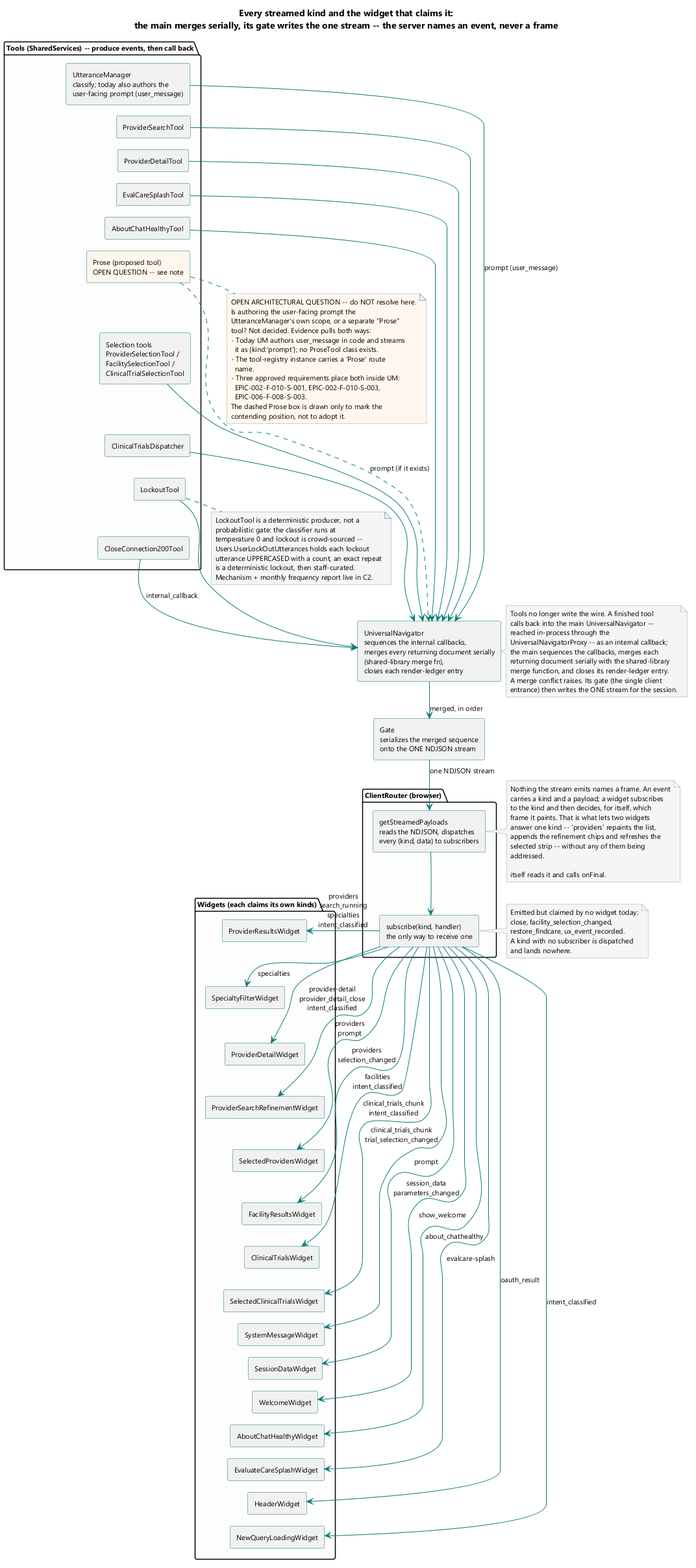
This is brain/machine_artifacts/diagramsAndImages/rendered/ss_stream_kinds.png from SkipSnow/ChatHealthyRepo, a PlantUML export, as it was before one commit.
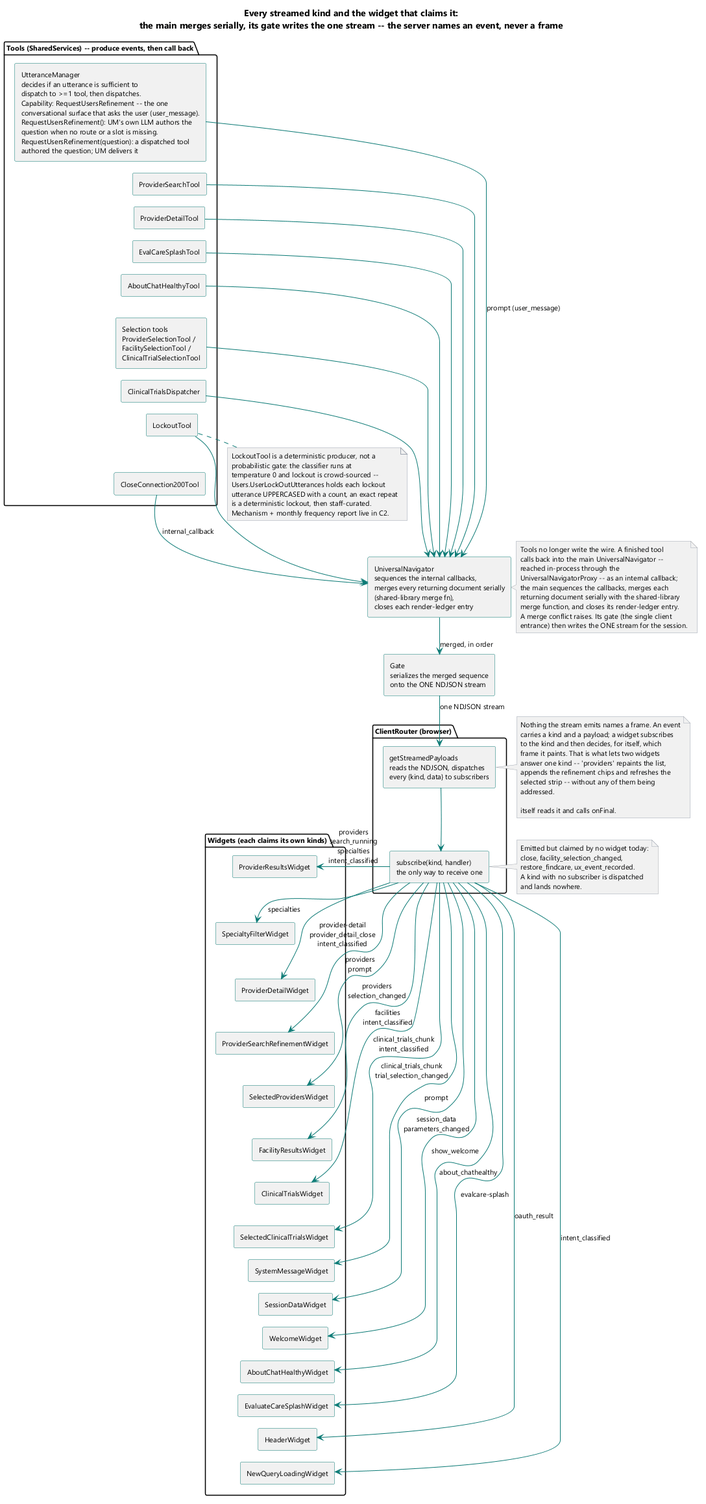
The same file after the commit.

Change to the diagram source:
```diff
@@ -14,12 +14,11 @@
 title Every streamed kind and the widget that claims it:\nthe main merges serially, its gate writes the one stream -- the server names an event, never a frame
 
 package "Tools (SharedServices) -- produce events, then call back" #fdfdfd {
-  [UtteranceManager\nclassify; today also authors the\nuser-facing prompt (user_message)] as UM
+  [UtteranceManager\ndecides if an utterance is sufficient to\ndispatch to >=1 tool, then dispatches.\nCapability: RequestUsersRefinement -- the one\nconversational surface that asks the user (user_message).\nRequestUsersRefinement(): UM's own LLM authors the\nquestion when no route or a slot is missing.\nRequestUsersRefinement(question): a dispatched tool\nauthored the question; UM delivers it] as UM
   [ProviderSearchTool] as PST
   [ProviderDetailTool] as PDT
   [EvalCareSplashTool] as ESP
   [AboutChatHealthyTool] as ABT
-  [Prose (proposed tool)\nOPEN QUESTION -- see note] as PROSE #fff7ed
   [Selection tools\nProviderSelectionTool /\nFacilitySelectionTool /\nClinicalTrialSelectionTool] as SEL
   [ClinicalTrialsDispatcher] as CTD
   [LockoutTool] as LOCK
@@ -29,8 +28,7 @@
   PST -[hidden]down- PDT
   PDT -[hidden]down- ESP
   ESP -[hidden]down- ABT
-  ABT -[hidden]down- PROSE
-  PROSE -[hidden]down- SEL
+  ABT -[hidden]down- SEL
   SEL -[hidden]down- CTD
   CTD -[hidden]down- LOCK
   LOCK -[hidden]down- CLOSE
@@ -84,7 +82,6 @@
 PDT --> NAV
 ESP --> NAV
 ABT --> NAV
-PROSE ..> NAV : prompt (if it exists)
 SEL --> NAV
 CTD --> NAV
 LOCK --> NAV
@@ -123,22 +120,6 @@
   entrance) then writes the ONE stream for the session.
 end note
 
-note bottom of PROSE #fff7ed
-  OPEN ARCHITECTURAL QUESTION -- do NOT resolve here.
-  Is authoring the user-facing prompt the
-  UtteranceManager's own scope, or a separate "Prose"
-  tool? Not decided. Evidence pulls both ways:
-  - Today UM authors user_message in code and streams
-    it as {kind:'prompt'}; no ProseTool class exists.
-  - The tool-registry instance carries a 'Prose' route
-    name.
-  - Three approved requirements place both inside UM:
-    EPIC-002-F-010-S-001, EPIC-002-F-010-S-003,
-    EPIC-006-F-008-S-003.
-  The dashed Prose box is drawn only to mark the
-  contending position, not to adopt it.
-end note
-
 note right of ROUTER #f3f4f6
   Nothing the stream emits names a frame. An event
   carries a kind and a payload; a widget subscribes
```
